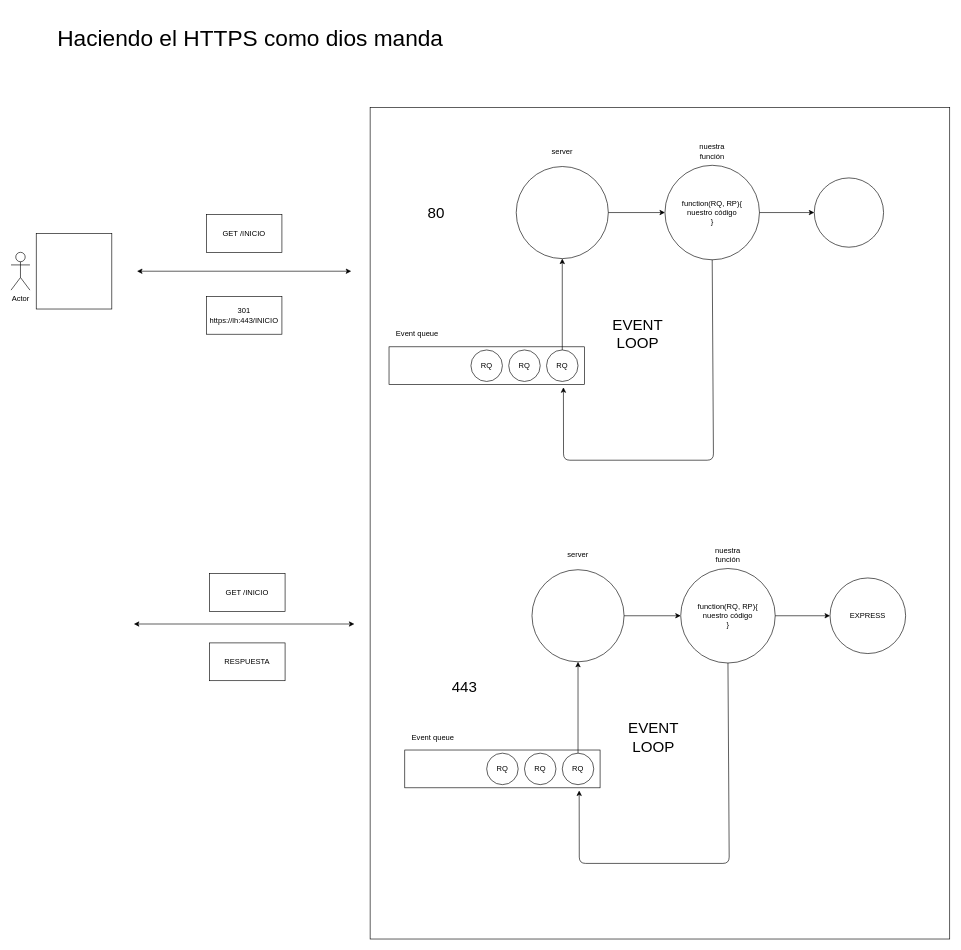
lrag/MEAN_2021 keeps this draw.io diagram as page "Página-43" (43 of 43) of Dibujillos.drawio. Above is the earlier version. Source tidied: cells renumbered, new cells numbered last; positions are measured from the earlier drawing's top-left corner, leaving out a move shared by most shapes. Both pictures are drawn from the tidied source at 63%, with x=0, y=0 at pixel (11, 32).
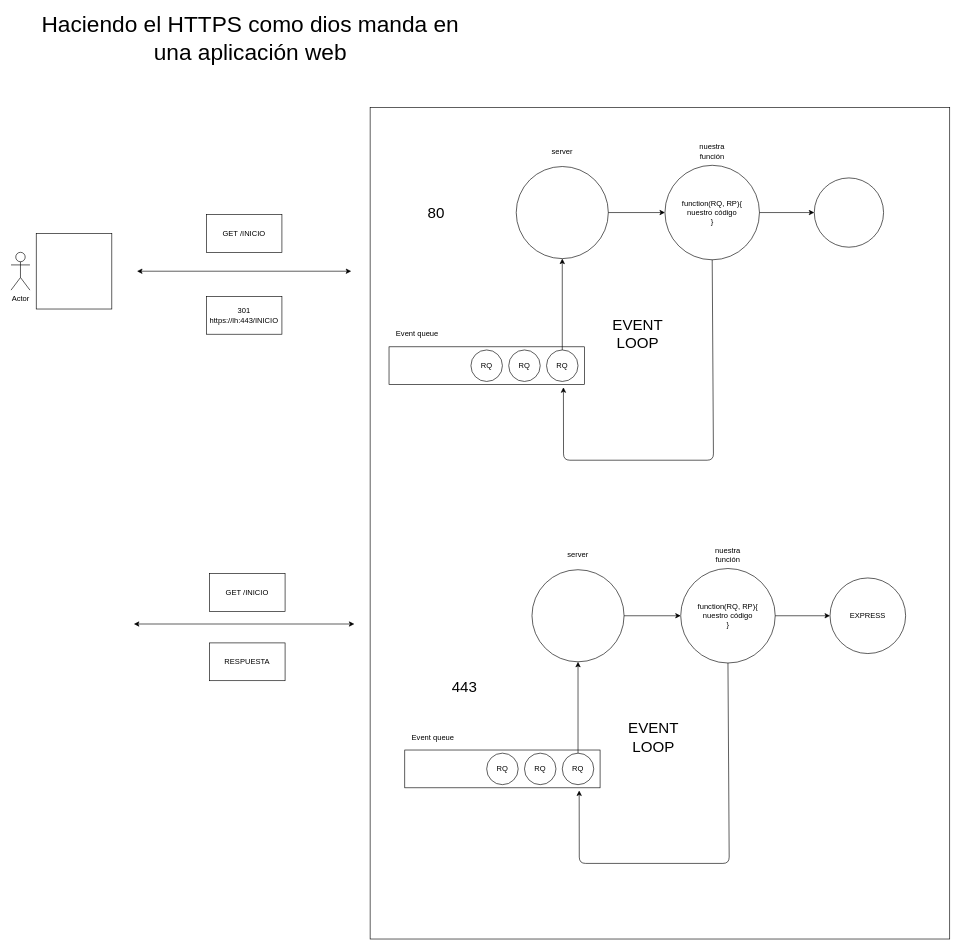
The same page after the edit.

The edit, as a diff of the source:
```diff
@@
-    <mxCell id="43" value="&lt;font style=&quot;font-size: 36px&quot;&gt;Haciendo el HTTPS como dios manda&lt;/font&gt;" style="text;html=1;strokeColor=none;fillColor=none;align=center;verticalAlign=middle;whiteSpace=wrap;rounded=0;" parent="1" vertex="1">
+    <mxCell id="43" value="&lt;font style=&quot;font-size: 36px&quot;&gt;Haciendo el HTTPS como dios manda en una aplicación web&lt;/font&gt;" style="text;html=1;strokeColor=none;fillColor=none;align=center;verticalAlign=middle;whiteSpace=wrap;rounded=0;" parent="1" vertex="1">
       <mxGeometry x="20" width="720" height="20" as="geometry" />
     </mxCell>
```
